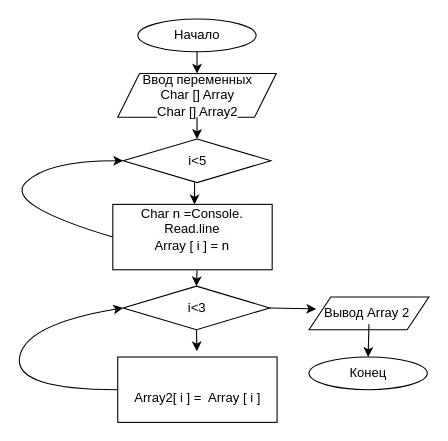
Katrine-GitH/FinalBaseProject keeps this draw.io diagram as Block_Scheme.drawio. Above is the earlier version. Source tidied: cells renumbered, new cells numbered last; positions are measured from the earlier drawing's top-left corner, leaving out a move shared by most shapes. Both pictures are drawn from the tidied source at 109%, with x=0, y=0 at pixel (3, 19).
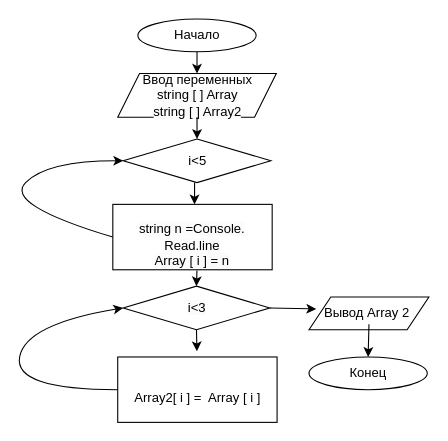
The same page after the edit.

Commit message:
Bloc_Scheme2

Diff of the diagram source:
```diff
@@
-    <mxCell id="7" value="Ввод переменных&lt;br&gt;&lt;span style=&quot;color: rgb(0, 0, 0); font-family: Helvetica; font-size: 12px; font-style: normal; font-variant-ligatures: normal; font-variant-caps: normal; font-weight: 400; letter-spacing: normal; orphans: 2; text-align: center; text-indent: 0px; text-transform: none; widows: 2; word-spacing: 0px; -webkit-text-stroke-width: 0px; background-color: rgb(251, 251, 251); text-decoration-thickness: initial; text-decoration-style: initial; text-decoration-color: initial; float: none; display: inline !important;&quot;&gt;Char [] Array&lt;/span&gt;&lt;br style=&quot;border-color: var(--border-color); color: rgb(0, 0, 0); font-family: Helvetica; font-size: 12px; font-style: normal; font-variant-ligatures: normal; font-variant-caps: normal; font-weight: 400; letter-spacing: normal; orphans: 2; text-align: center; text-indent: 0px; text-transform: none; widows: 2; word-spacing: 0px; -webkit-text-stroke-width: 0px; background-color: rgb(251, 251, 251); text-decoration-thickness: initial; text-decoration-style: initial; text-decoration-color: initial;&quot;&gt;&lt;span style=&quot;color: rgb(0, 0, 0); font-family: Helvetica; font-size: 12px; font-style: normal; font-variant-ligatures: normal; font-variant-caps: normal; font-weight: 400; letter-spacing: normal; orphans: 2; text-align: center; text-indent: 0px; text-transform: none; widows: 2; word-spacing: 0px; -webkit-text-stroke-width: 0px; background-color: rgb(251, 251, 251); text-decoration-thickness: initial; text-decoration-style: initial; text-decoration-color: initial; float: none; display: inline !important;&quot;&gt;Char [] Array2&lt;/span&gt;&lt;br&gt;" style="shape=parallelogram;perimeter=parallelogramPerimeter;whiteSpace=wrap;html=1;fixedSize=1;strokeWidth=1;" parent="1" vertex="1">
+    <mxCell id="7" value="Ввод переменных&lt;br&gt;&lt;span style=&quot;color: rgb(0, 0, 0); font-family: Helvetica; font-size: 12px; font-style: normal; font-variant-ligatures: normal; font-variant-caps: normal; font-weight: 400; letter-spacing: normal; orphans: 2; text-align: center; text-indent: 0px; text-transform: none; widows: 2; word-spacing: 0px; -webkit-text-stroke-width: 0px; background-color: rgb(251, 251, 251); text-decoration-thickness: initial; text-decoration-style: initial; text-decoration-color: initial; float: none; display: inline !important;&quot;&gt;string [ ] Array&lt;/span&gt;&lt;br style=&quot;border-color: var(--border-color); color: rgb(0, 0, 0); font-family: Helvetica; font-size: 12px; font-style: normal; font-variant-ligatures: normal; font-variant-caps: normal; font-weight: 400; letter-spacing: normal; orphans: 2; text-align: center; text-indent: 0px; text-transform: none; widows: 2; word-spacing: 0px; -webkit-text-stroke-width: 0px; background-color: rgb(251, 251, 251); text-decoration-thickness: initial; text-decoration-style: initial; text-decoration-color: initial;&quot;&gt;&lt;span style=&quot;color: rgb(0, 0, 0); font-family: Helvetica; font-size: 12px; font-style: normal; font-variant-ligatures: normal; font-variant-caps: normal; font-weight: 400; letter-spacing: normal; orphans: 2; text-align: center; text-indent: 0px; text-transform: none; widows: 2; word-spacing: 0px; -webkit-text-stroke-width: 0px; background-color: rgb(251, 251, 251); text-decoration-thickness: initial; text-decoration-style: initial; text-decoration-color: initial; float: none; display: inline !important;&quot;&gt;string [ ] Array2&lt;/span&gt;" style="shape=parallelogram;perimeter=parallelogramPerimeter;whiteSpace=wrap;html=1;fixedSize=1;strokeWidth=1;" parent="1" vertex="1">
       <mxGeometry x="104.5" y="50" width="145.5" height="40" as="geometry" />
     </mxCell>
@@
-    <mxCell id="10" value="&#10;&lt;span style=&quot;color: rgb(0, 0, 0); font-family: Helvetica; font-size: 12px; font-style: normal; font-variant-ligatures: normal; font-variant-caps: normal; font-weight: 400; letter-spacing: normal; orphans: 2; text-align: center; text-indent: 0px; text-transform: none; widows: 2; word-spacing: 0px; -webkit-text-stroke-width: 0px; background-color: rgb(251, 251, 251); text-decoration-thickness: initial; text-decoration-style: initial; text-decoration-color: initial; float: none; display: inline !important;&quot;&gt;Char n =Console. Read.line&lt;/span&gt;&lt;br style=&quot;border-color: var(--border-color); color: rgb(0, 0, 0); font-family: Helvetica; font-size: 12px; font-style: normal; font-variant-ligatures: normal; font-variant-caps: normal; font-weight: 400; letter-spacing: normal; orphans: 2; text-align: center; text-indent: 0px; text-transform: none; widows: 2; word-spacing: 0px; -webkit-text-stroke-width: 0px; background-color: rgb(251, 251, 251); text-decoration-thickness: initial; text-decoration-style: initial; text-decoration-color: initial;&quot;&gt;&lt;span style=&quot;color: rgb(0, 0, 0); font-family: Helvetica; font-size: 12px; font-style: normal; font-variant-ligatures: normal; font-variant-caps: normal; font-weight: 400; letter-spacing: normal; orphans: 2; text-align: center; text-indent: 0px; text-transform: none; widows: 2; word-spacing: 0px; -webkit-text-stroke-width: 0px; background-color: rgb(251, 251, 251); text-decoration-thickness: initial; text-decoration-style: initial; text-decoration-color: initial; float: none; display: inline !important;&quot;&gt;Array [ i ] = n&lt;/span&gt;&#10;&#10;" style="rounded=0;whiteSpace=wrap;html=1;strokeWidth=1;" parent="1" vertex="1">
+    <mxCell id="10" value="&lt;br&gt;&lt;span style=&quot;color: rgb(0, 0, 0); font-family: Helvetica; font-size: 12px; font-style: normal; font-variant-ligatures: normal; font-variant-caps: normal; font-weight: 400; letter-spacing: normal; orphans: 2; text-align: center; text-indent: 0px; text-transform: none; widows: 2; word-spacing: 0px; -webkit-text-stroke-width: 0px; background-color: rgb(251, 251, 251); text-decoration-thickness: initial; text-decoration-style: initial; text-decoration-color: initial; float: none; display: inline !important;&quot;&gt;string n =Console. Read.line&lt;/span&gt;&lt;br style=&quot;border-color: var(--border-color); color: rgb(0, 0, 0); font-family: Helvetica; font-size: 12px; font-style: normal; font-variant-ligatures: normal; font-variant-caps: normal; font-weight: 400; letter-spacing: normal; orphans: 2; text-align: center; text-indent: 0px; text-transform: none; widows: 2; word-spacing: 0px; -webkit-text-stroke-width: 0px; background-color: rgb(251, 251, 251); text-decoration-thickness: initial; text-decoration-style: initial; text-decoration-color: initial;&quot;&gt;&lt;span style=&quot;color: rgb(0, 0, 0); font-family: Helvetica; font-size: 12px; font-style: normal; font-variant-ligatures: normal; font-variant-caps: normal; font-weight: 400; letter-spacing: normal; orphans: 2; text-align: center; text-indent: 0px; text-transform: none; widows: 2; word-spacing: 0px; -webkit-text-stroke-width: 0px; background-color: rgb(251, 251, 251); text-decoration-thickness: initial; text-decoration-style: initial; text-decoration-color: initial; float: none; display: inline !important;&quot;&gt;Array [ i ] = n&lt;/span&gt;&lt;br&gt;" style="rounded=0;whiteSpace=wrap;html=1;strokeWidth=1;" parent="1" vertex="1">
       <mxGeometry x="100" y="170" width="146.2" height="60" as="geometry" />
     </mxCell>
```
